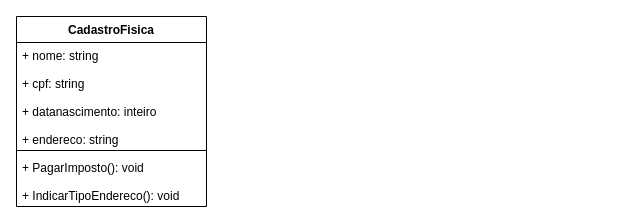
Earlier version of the draw.io diagram ClientLabDiagrama.drawio (VictorVilhena0/ClientLabDiagrama). Source tidied: cells renumbered, new cells numbered last; positions are measured from the earlier drawing's top-left corner, leaving out a move shared by most shapes. Both pictures are drawn from the tidied source at 100%, with x=0, y=0 at pixel (16, 16).
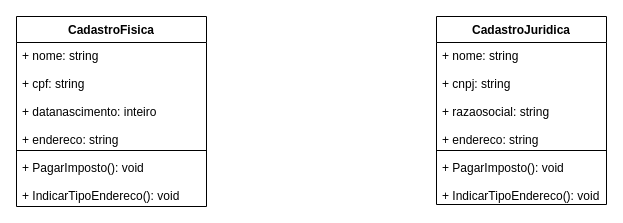
The same diagram, later.

What changed in the source:
```diff
@@
 <mxGraphModel>
   <root>
     <mxCell id="0" />
     <mxCell id="1" parent="0" />
     <mxCell id="2" value="CadastroFisica" style="swimlane;fontStyle=1;align=center;verticalAlign=top;horizontal=1;startSize=26;" parent="1" vertex="1">
       <mxGeometry width="190" height="190" as="geometry" />
     </mxCell>
     <mxCell id="3" value="+ nome: string&#10;&#10;+ cpf: string&#10;&#10;+ datanascimento: inteiro&#10;&#10;+ endereco: string" style="text;strokeColor=none;fillColor=none;align=left;verticalAlign=top;spacingLeft=4;spacingRight=4;overflow=hidden;" parent="2" vertex="1">
       <mxGeometry y="26" width="190" height="104" as="geometry" />
     </mxCell>
     <mxCell id="4" style="line;strokeWidth=1;fillColor=none;align=left;verticalAlign=middle;spacingTop=-1;spacingLeft=3;spacingRight=3;labelPosition=right;" parent="2" vertex="1">
       <mxGeometry y="130" width="190" height="8" as="geometry" />
     </mxCell>
     <mxCell id="5" value="+ PagarImposto(): void&#10;&#10;+ IndicarTipoEndereco(): void" style="text;strokeColor=none;fillColor=none;align=left;verticalAlign=top;spacingLeft=4;spacingRight=4;overflow=hidden;" parent="2" vertex="1">
       <mxGeometry y="138" width="190" height="52" as="geometry" />
     </mxCell>
+    <mxCell id="6" value="CadastroJuridica" style="swimlane;fontStyle=1;align=center;verticalAlign=top;horizontal=1;startSize=26;" parent="1" vertex="1">
+      <mxGeometry x="420" width="170" height="188" as="geometry" />
+    </mxCell>
+    <mxCell id="7" value="+ nome: string&#10;&#10;+ cnpj: string&#10;&#10;+ razaosocial: string&#10;&#10;+ endereco: string" style="text;strokeColor=none;fillColor=none;align=left;verticalAlign=top;spacingLeft=4;spacingRight=4;overflow=hidden;" parent="6" vertex="1">
+      <mxGeometry y="26" width="170" height="104" as="geometry" />
+    </mxCell>
+    <mxCell id="8" style="line;strokeWidth=1;fillColor=none;align=left;verticalAlign=middle;spacingTop=-1;spacingLeft=3;spacingRight=3;labelPosition=right;" parent="6" vertex="1">
+      <mxGeometry y="130" width="170" height="8" as="geometry" />
+    </mxCell>
+    <mxCell id="9" value="+ PagarImposto(): void&#10;&#10;+ IndicarTipoEndereco(): void" style="text;strokeColor=none;fillColor=none;align=left;verticalAlign=top;spacingLeft=4;spacingRight=4;overflow=hidden;" parent="6" vertex="1">
+      <mxGeometry y="138" width="170" height="50" as="geometry" />
+    </mxCell>
   </root>
 </mxGraphModel>
```
